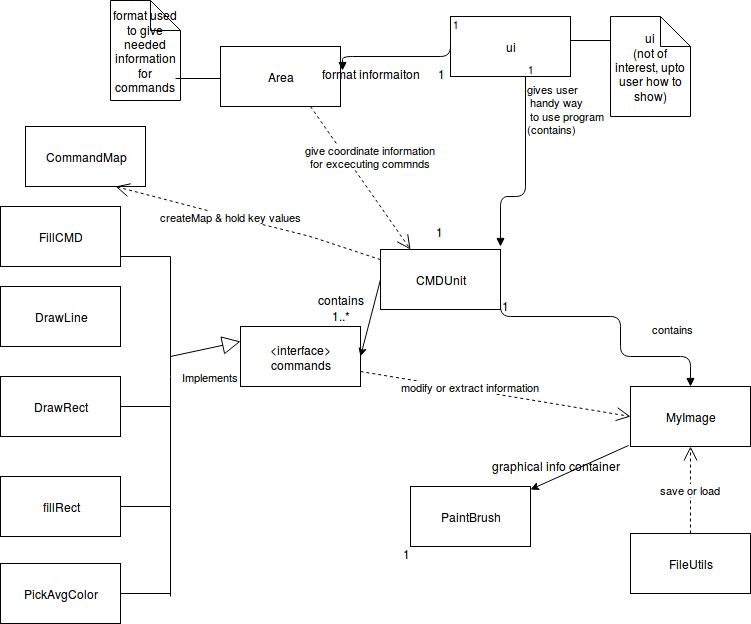
Above: Documentation/Class-Diagram.png in kapistelijaKrisu/JavaPaint (draw.io), before the change. Source tidied: cells renumbered, new cells last; positions are measured from the earlier drawing's top-left corner, leaving out a move shared by most shapes.
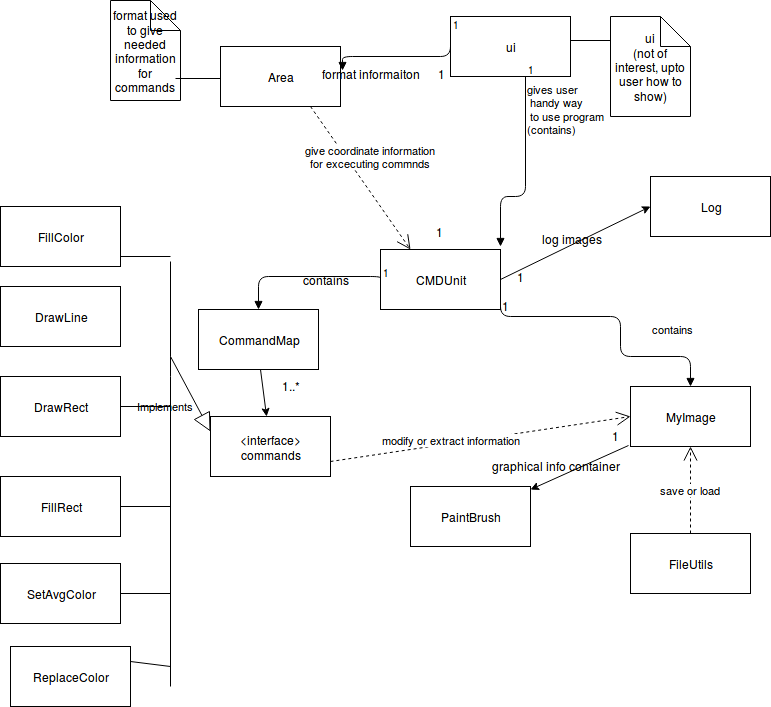
Above is the later version.

Diff of the diagram source:
```diff
@@ -6,7 +6,7 @@
       <mxGeometry x="450" y="16" width="120" height="60" as="geometry" />
     </mxCell>
     <mxCell id="3" value="&amp;lt;interface&amp;gt;&lt;br&gt;commands" style="whiteSpace=wrap;html=1;" parent="1" vertex="1">
-      <mxGeometry x="240" y="326" width="120" height="60" as="geometry" />
+      <mxGeometry x="210" y="416" width="120" height="60" as="geometry" />
     </mxCell>
     <mxCell id="4" value="Implements" style="endArrow=block;endSize=16;endFill=0;html=1;entryX=0;entryY=0.25;" parent="1" edge="1" target="3">
       <mxGeometry x="-0.02" y="-28" relative="1" as="geometry">
@@ -35,8 +35,8 @@
     </mxCell>
     <mxCell id="9" style="endArrow=none;html=1;" parent="1" edge="1">
       <mxGeometry relative="1" as="geometry">
-        <mxPoint x="170" y="596" as="sourcePoint" />
-        <mxPoint x="170" y="256" as="targetPoint" />
+        <mxPoint x="170" y="686" as="sourcePoint" />
+        <mxPoint x="170" y="261" as="targetPoint" />
         <Array as="points">
           <mxPoint x="170" y="366" />
         </Array>
@@ -54,13 +54,13 @@
         <mxPoint x="170" y="406" as="targetPoint" />
       </mxGeometry>
     </mxCell>
-    <mxCell id="12" value="fillRect" style="whiteSpace=wrap;html=1;" parent="1" vertex="1">
+    <mxCell id="12" value="FillRect" style="whiteSpace=wrap;html=1;" parent="1" vertex="1">
       <mxGeometry y="476" width="120" height="60" as="geometry" />
     </mxCell>
     <mxCell id="13" value="DrawRect" style="whiteSpace=wrap;html=1;" parent="1" vertex="1">
       <mxGeometry y="376" width="120" height="60" as="geometry" />
     </mxCell>
-    <mxCell id="14" value="FillCMD" style="whiteSpace=wrap;html=1;" parent="1" vertex="1">
+    <mxCell id="14" value="FillColor" style="whiteSpace=wrap;html=1;" parent="1" vertex="1">
       <mxGeometry y="206" width="120" height="60" as="geometry" />
     </mxCell>
     <mxCell id="15" style="endArrow=none;html=1;" parent="1" edge="1">
@@ -80,12 +80,11 @@
     <mxCell id="18" value="CMDUnit" style="whiteSpace=wrap;html=1;" parent="1" vertex="1">
       <mxGeometry x="380" y="249" width="120" height="60" as="geometry" />
     </mxCell>
-    <mxCell id="19" style="endArrow=classic;html=1;entryX=1;entryY=0.5;exitX=0;exitY=0.5;" parent="1" edge="1" source="18" target="3">
-      <mxGeometry relative="1" as="geometry" />
+    <mxCell id="19" style="endArrow=classic;html=1;exitX=0.5;exitY=1;" parent="1" edge="1" target="3">
+      <mxGeometry relative="1" as="geometry">
+        <mxPoint x="260" y="369" as="sourcePoint" />
+      </mxGeometry>
     </mxCell>
-    <mxCell id="20" value="contains" style="text;html=1;strokeColor=none;fillColor=none;align=center;verticalAlign=middle;whiteSpace=wrap;" parent="1" vertex="1">
-      <mxGeometry x="320" y="289" width="40" height="20" as="geometry" />
-    </mxCell>
     <mxCell id="21" value="FileUtils" style="whiteSpace=wrap;html=1;" parent="1" vertex="1">
       <mxGeometry x="630" y="533" width="120" height="60" as="geometry" />
     </mxCell>
@@ -139,9 +138,9 @@
       <mxGeometry x="500" y="296" width="20" height="20" as="geometry" />
     </mxCell>
     <mxCell id="36" value="1..*" style="text;html=1;align=left;verticalAlign=top;spacingTop=-4;" parent="1" vertex="1">
-      <mxGeometry x="330" y="306" width="30" height="20" as="geometry" />
+      <mxGeometry x="280" y="376" width="30" height="20" as="geometry" />
     </mxCell>
-    <mxCell id="37" value="PickAvgColor" style="whiteSpace=wrap;html=1;" parent="1" vertex="1">
+    <mxCell id="37" value="SetAvgColor" style="whiteSpace=wrap;html=1;" parent="1" vertex="1">
       <mxGeometry y="563" width="120" height="60" as="geometry" />
     </mxCell>
     <mxCell id="38" style="endArrow=none;html=1;exitX=1;exitY=0.5;" parent="1" edge="1" source="37">
@@ -150,7 +149,7 @@
       </mxGeometry>
     </mxCell>
     <mxCell id="39" value="1" style="text;html=1;align=left;verticalAlign=top;spacingTop=-4;" parent="1" vertex="1">
-      <mxGeometry x="401" y="544" width="20" height="20" as="geometry" />
+      <mxGeometry x="610" y="426" width="20" height="20" as="geometry" />
     </mxCell>
     <mxCell id="40" value="gives user&lt;br&gt;&amp;nbsp;handy way&lt;br&gt;&amp;nbsp;to use program&lt;br&gt;(contains)" style="endArrow=block;endFill=1;html=1;edgeStyle=orthogonalEdgeStyle;align=left;verticalAlign=top;exitX=0.625;exitY=1;exitPerimeter=0;" parent="1" edge="1" source="2">
       <mxGeometry x="-1" relative="1" as="geometry">
@@ -165,18 +164,44 @@
       <mxGeometry x="-1" relative="1" as="geometry" />
     </mxCell>
     <mxCell id="42" value="CommandMap" style="whiteSpace=wrap;html=1;" parent="1" vertex="1">
-      <mxGeometry x="25" y="126" width="120" height="60" as="geometry" />
+      <mxGeometry x="198" y="309" width="120" height="60" as="geometry" />
     </mxCell>
+    <mxCell id="44" value="graphical info container" style="text;html=1;align=left;verticalAlign=top;spacingTop=-4;" parent="1" vertex="1">
+      <mxGeometry x="490" y="456" width="140" height="20" as="geometry" />
+    </mxCell>
-    <mxCell id="43" value="createMap &amp;amp; hold key values" style="endArrow=open;endSize=12;dashed=1;html=1;entryX=0.75;entryY=1;" parent="1" edge="1" source="18" target="42">
-      <mxGeometry x="0.14" relative="1" as="geometry">
+    <mxCell id="43" style="endArrow=block;endFill=1;html=1;edgeStyle=orthogonalEdgeStyle;align=left;verticalAlign=top;entryX=0.5;entryY=0;exitX=0;exitY=0.5;" parent="1" edge="1" source="18" target="42">
+      <mxGeometry x="-1" relative="1" as="geometry">
         <Array as="points">
-          <mxPoint x="310" y="236" />
-          <mxPoint x="230" y="216" />
+          <mxPoint x="380" y="276" />
+          <mxPoint x="258" y="276" />
         </Array>
       </mxGeometry>
     </mxCell>
-    <mxCell id="44" value="graphical info container" style="text;html=1;align=left;verticalAlign=top;spacingTop=-4;" parent="1" vertex="1">
-      <mxGeometry x="490" y="456" width="140" height="20" as="geometry" />
-    </mxCell>
+    <mxCell id="45" value="1" style="html=1;align=left;verticalAlign=bottom;labelBackgroundColor=#ffffff;fontSize=10;" parent="43" vertex="1">
+      <mxGeometry x="-1" relative="1" as="geometry" />
+    </mxCell>
+    <mxCell id="20" value="contains" style="text;html=1;align=left;verticalAlign=top;spacingTop=-4;" parent="1" vertex="1">
+      <mxGeometry x="301" y="270" width="60" height="20" as="geometry" />
+    </mxCell>
+    <mxCell id="46" value="Log" style="whiteSpace=wrap;html=1;" parent="1" vertex="1">
+      <mxGeometry x="650" y="176" width="120" height="60" as="geometry" />
+    </mxCell>
+    <mxCell id="47" style="endArrow=classic;html=1;entryX=0;entryY=0.5;exitX=1;exitY=0.5;" parent="1" edge="1" source="18" target="46">
+      <mxGeometry relative="1" as="geometry" />
+    </mxCell>
+    <mxCell id="48" value="1" style="text;html=1;align=left;verticalAlign=top;spacingTop=-4;" parent="1" vertex="1">
+      <mxGeometry x="515" y="267" width="20" height="20" as="geometry" />
+    </mxCell>
+    <mxCell id="49" value="log images" style="text;html=1;align=left;verticalAlign=top;spacingTop=-4;" parent="1" vertex="1">
+      <mxGeometry x="540" y="229" width="80" height="20" as="geometry" />
+    </mxCell>
+    <mxCell id="50" value="ReplaceColor" style="whiteSpace=wrap;html=1;" parent="1" vertex="1">
+      <mxGeometry x="10" y="646" width="120" height="60" as="geometry" />
+    </mxCell>
+    <mxCell id="51" style="endArrow=none;html=1;exitX=1;exitY=0.25;" parent="1" edge="1" source="50">
+      <mxGeometry relative="1" as="geometry">
+        <mxPoint x="170" y="666" as="targetPoint" />
+      </mxGeometry>
+    </mxCell>
   </root>
 </mxGraphModel>
```
